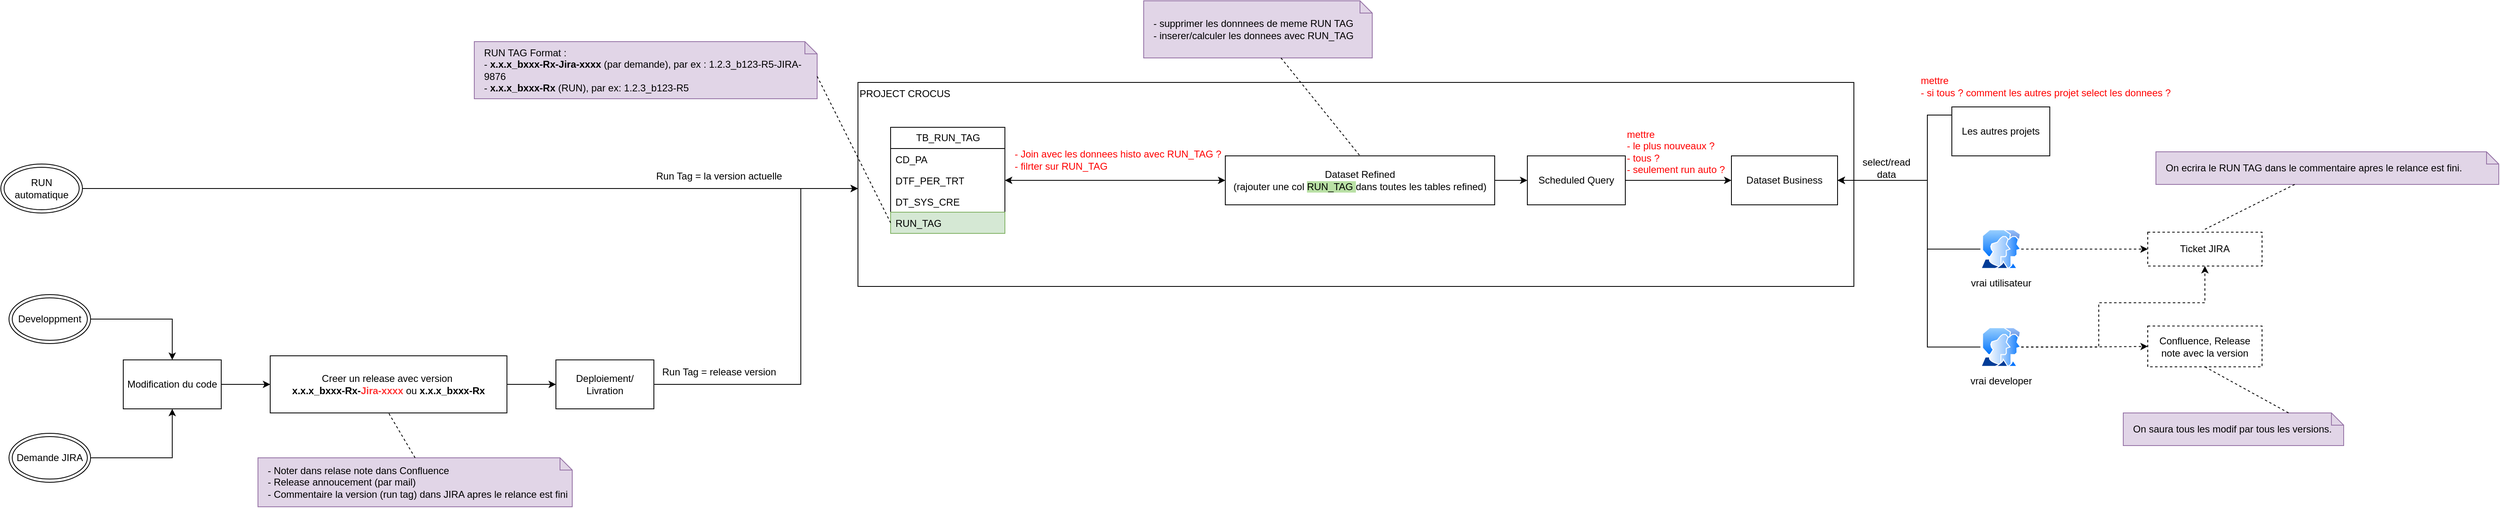
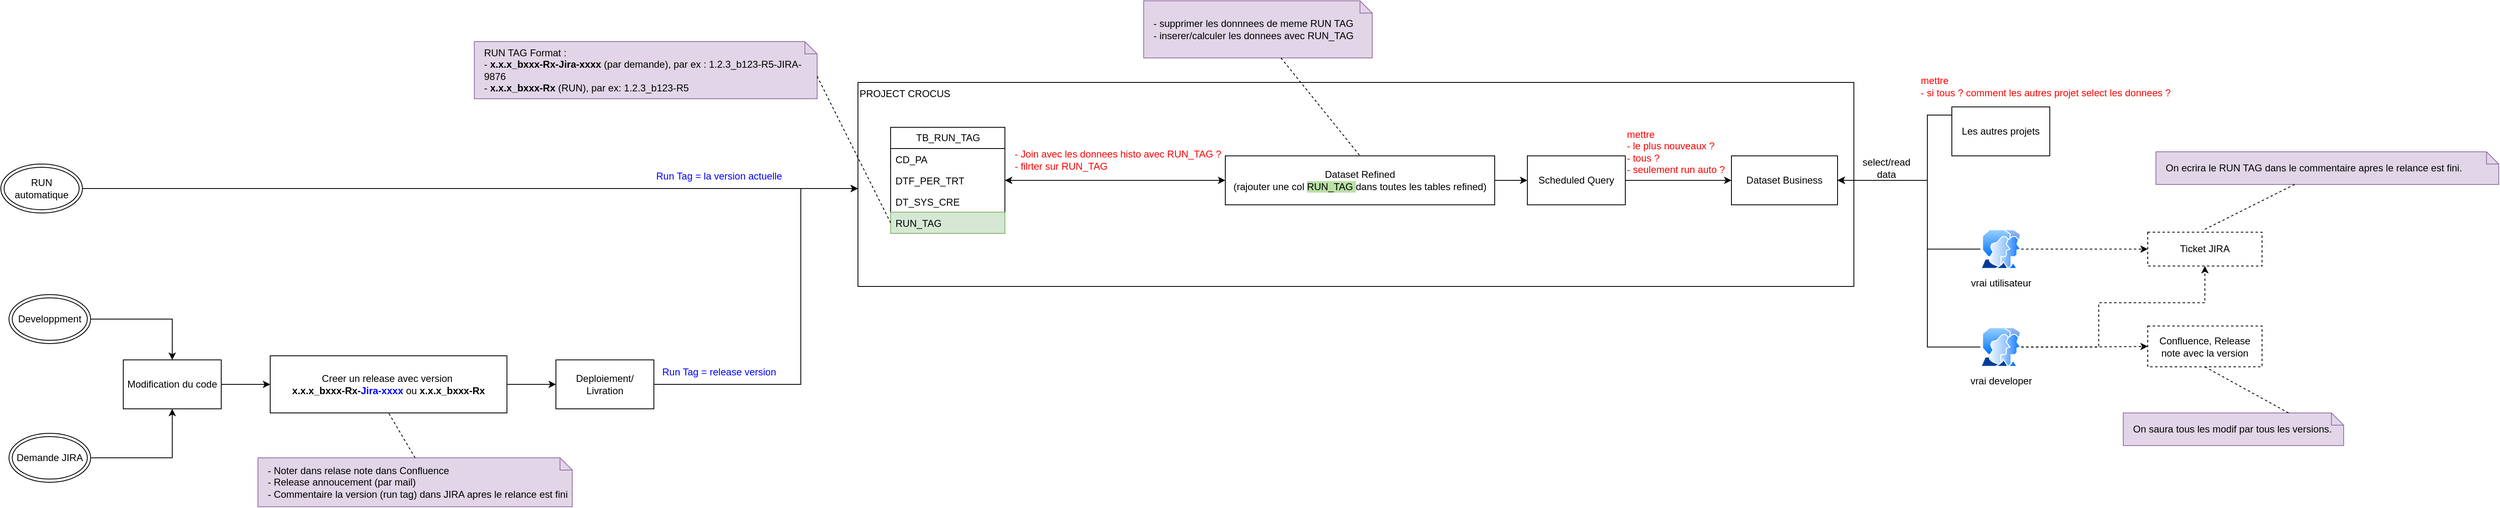
<mxfile host="app.diagrams.net">
  <diagram name="Page-1" id="bEAYSmEDHXBXhFzCy1HB">
    <mxGraphModel dx="2873" dy="1106" grid="1" gridSize="10" guides="1" tooltips="1" connect="1" arrows="1" fold="1" page="1" pageScale="1" pageWidth="827" pageHeight="1169" math="0" shadow="0">
      <root>
        <mxCell id="0" />
        <mxCell id="1" parent="0" />
        <mxCell id="QUzsFoNl6aFI_2ed8XXq-13" parent="1" style="rounded=0;whiteSpace=wrap;html=1;align=left;verticalAlign=top;" value="PROJECT CROCUS" vertex="1">
          <mxGeometry height="250" width="1220" x="380" y="140" as="geometry" />
        </mxCell>
        <mxCell id="QUzsFoNl6aFI_2ed8XXq-1" parent="1" style="swimlane;fontStyle=0;childLayout=stackLayout;horizontal=1;startSize=26;fillColor=none;horizontalStack=0;resizeParent=1;resizeParentMax=0;resizeLast=0;collapsible=1;marginBottom=0;html=1;" value="TB_RUN_TAG" vertex="1">
          <mxGeometry height="130" width="140" x="420" y="195" as="geometry" />
        </mxCell>
        <mxCell id="QUzsFoNl6aFI_2ed8XXq-2" parent="QUzsFoNl6aFI_2ed8XXq-1" style="text;strokeColor=none;fillColor=none;align=left;verticalAlign=top;spacingLeft=4;spacingRight=4;overflow=hidden;rotatable=0;points=[[0,0.5],[1,0.5]];portConstraint=eastwest;whiteSpace=wrap;html=1;" value="CD_PA" vertex="1">
          <mxGeometry height="26" width="140" y="26" as="geometry" />
        </mxCell>
        <mxCell id="QUzsFoNl6aFI_2ed8XXq-3" parent="QUzsFoNl6aFI_2ed8XXq-1" style="text;strokeColor=none;fillColor=none;align=left;verticalAlign=top;spacingLeft=4;spacingRight=4;overflow=hidden;rotatable=0;points=[[0,0.5],[1,0.5]];portConstraint=eastwest;whiteSpace=wrap;html=1;" value="DTF_PER_TRT" vertex="1">
          <mxGeometry height="26" width="140" y="52" as="geometry" />
        </mxCell>
        <mxCell id="QUzsFoNl6aFI_2ed8XXq-4" parent="QUzsFoNl6aFI_2ed8XXq-1" style="text;strokeColor=none;fillColor=none;align=left;verticalAlign=top;spacingLeft=4;spacingRight=4;overflow=hidden;rotatable=0;points=[[0,0.5],[1,0.5]];portConstraint=eastwest;whiteSpace=wrap;html=1;" value="DT_SYS_CRE" vertex="1">
          <mxGeometry height="26" width="140" y="78" as="geometry" />
        </mxCell>
        <mxCell id="QUzsFoNl6aFI_2ed8XXq-5" parent="QUzsFoNl6aFI_2ed8XXq-1" style="text;strokeColor=#82b366;fillColor=#d5e8d4;align=left;verticalAlign=top;spacingLeft=4;spacingRight=4;overflow=hidden;rotatable=0;points=[[0,0.5],[1,0.5]];portConstraint=eastwest;whiteSpace=wrap;html=1;" value="RUN_TAG" vertex="1">
          <mxGeometry height="26" width="140" y="104" as="geometry" />
        </mxCell>
        <mxCell id="QUzsFoNl6aFI_2ed8XXq-7" parent="1" style="shape=note;size=15;align=left;spacingLeft=10;html=1;whiteSpace=wrap;fillColor=#e1d5e7;strokeColor=#9673a6;" value="RUN TAG Format :&amp;nbsp;&lt;div&gt;- &lt;b&gt;x.x.x_bxxx-Rx-Jira-xxxx&lt;/b&gt; (par demande), par ex : 1.2.3_b123-R5-JIRA-9876&lt;/div&gt;&lt;div&gt;-&lt;b&gt; x.x.x_bxxx-Rx&lt;/b&gt; (RUN), par ex: 1.2.3_b123-R5&lt;/div&gt;" vertex="1">
          <mxGeometry height="70" width="420" x="-90" y="90" as="geometry" />
        </mxCell>
        <mxCell id="QUzsFoNl6aFI_2ed8XXq-8" edge="1" parent="1" source="QUzsFoNl6aFI_2ed8XXq-7" style="edgeStyle=none;endArrow=none;exitX=0;exitY=0;dashed=1;html=1;rounded=0;entryX=0;entryY=0.5;entryDx=0;entryDy=0;exitDx=420;exitDy=42.5;exitPerimeter=0;" target="QUzsFoNl6aFI_2ed8XXq-5" value="">
          <mxGeometry relative="1" x="1" as="geometry">
            <mxPoint x="590" y="660" as="targetPoint" />
          </mxGeometry>
        </mxCell>
        <mxCell id="QUzsFoNl6aFI_2ed8XXq-10" parent="1" style="rounded=0;whiteSpace=wrap;html=1;dashed=1;" value="Confluence, Release note avec la v&lt;span style=&quot;background-color: transparent; color: light-dark(rgb(0, 0, 0), rgb(255, 255, 255));&quot;&gt;ersion&lt;/span&gt;" vertex="1">
          <mxGeometry height="50" width="140" x="1960" y="438.5" as="geometry" />
        </mxCell>
        <mxCell id="QUzsFoNl6aFI_2ed8XXq-11" parent="1" style="rounded=0;whiteSpace=wrap;html=1;dashed=1;" value="Ticket JIRA" vertex="1">
          <mxGeometry height="41.5" width="140" x="1960" y="323.5" as="geometry" />
        </mxCell>
        <mxCell id="QUzsFoNl6aFI_2ed8XXq-42" edge="1" parent="1" source="QUzsFoNl6aFI_2ed8XXq-12" style="edgeStyle=orthogonalEdgeStyle;rounded=0;orthogonalLoop=1;jettySize=auto;html=1;entryX=1;entryY=0.5;entryDx=0;entryDy=0;startArrow=classic;startFill=1;" target="QUzsFoNl6aFI_2ed8XXq-3">
          <mxGeometry relative="1" as="geometry" />
        </mxCell>
        <mxCell id="QUzsFoNl6aFI_2ed8XXq-50" edge="1" parent="1" source="QUzsFoNl6aFI_2ed8XXq-12" style="edgeStyle=orthogonalEdgeStyle;rounded=0;orthogonalLoop=1;jettySize=auto;html=1;" target="QUzsFoNl6aFI_2ed8XXq-46">
          <mxGeometry relative="1" as="geometry">
            <Array as="points" />
          </mxGeometry>
        </mxCell>
        <mxCell id="QUzsFoNl6aFI_2ed8XXq-12" parent="1" style="rounded=0;whiteSpace=wrap;html=1;" value="Dataset Refined&lt;div&gt;(rajouter une col &lt;span style=&quot;background-color: rgb(185, 224, 165);&quot;&gt;RUN_TAG &lt;/span&gt;dans toutes les tables refined)&lt;/div&gt;" vertex="1">
          <mxGeometry height="60" width="330" x="830" y="230" as="geometry" />
        </mxCell>
        <mxCell id="QUzsFoNl6aFI_2ed8XXq-27" edge="1" parent="1" source="QUzsFoNl6aFI_2ed8XXq-33" style="edgeStyle=orthogonalEdgeStyle;rounded=0;orthogonalLoop=1;jettySize=auto;html=1;entryX=0.5;entryY=0;entryDx=0;entryDy=0;" target="QUzsFoNl6aFI_2ed8XXq-23">
          <mxGeometry relative="1" as="geometry">
            <mxPoint x="-760" y="325" as="sourcePoint" />
          </mxGeometry>
        </mxCell>
        <mxCell id="QUzsFoNl6aFI_2ed8XXq-29" edge="1" parent="1" source="QUzsFoNl6aFI_2ed8XXq-34" style="edgeStyle=orthogonalEdgeStyle;rounded=0;orthogonalLoop=1;jettySize=auto;html=1;entryX=0.5;entryY=1;entryDx=0;entryDy=0;" target="QUzsFoNl6aFI_2ed8XXq-23">
          <mxGeometry relative="1" as="geometry">
            <mxPoint x="-820" y="785" as="sourcePoint" />
          </mxGeometry>
        </mxCell>
-         <mxCell id="QUzsFoNl6aFI_2ed8XXq-19" parent="1" style="text;html=1;whiteSpace=wrap;strokeColor=none;fillColor=none;align=center;verticalAlign=middle;rounded=0;" value="Run Tag = la version actuelle" vertex="1">
+         <mxCell id="QUzsFoNl6aFI_2ed8XXq-19" parent="1" style="text;html=1;whiteSpace=wrap;strokeColor=none;fillColor=none;align=center;verticalAlign=middle;rounded=0;fontColor=#0000FF;" value="Run Tag = la version actuelle" vertex="1">
          <mxGeometry height="30" width="200" x="110" y="240" as="geometry" />
        </mxCell>
        <mxCell id="QUzsFoNl6aFI_2ed8XXq-28" edge="1" parent="1" source="QUzsFoNl6aFI_2ed8XXq-23" style="edgeStyle=orthogonalEdgeStyle;rounded=0;orthogonalLoop=1;jettySize=auto;html=1;" target="QUzsFoNl6aFI_2ed8XXq-25">
          <mxGeometry relative="1" as="geometry" />
        </mxCell>
        <mxCell id="QUzsFoNl6aFI_2ed8XXq-23" parent="1" style="rounded=0;whiteSpace=wrap;html=1;" value="Modification du code" vertex="1">
          <mxGeometry height="60" width="120" x="-520" y="480" as="geometry" />
        </mxCell>
        <mxCell id="QUzsFoNl6aFI_2ed8XXq-31" edge="1" parent="1" source="QUzsFoNl6aFI_2ed8XXq-24" style="edgeStyle=orthogonalEdgeStyle;rounded=0;orthogonalLoop=1;jettySize=auto;html=1;" target="QUzsFoNl6aFI_2ed8XXq-13">
          <mxGeometry relative="1" as="geometry">
            <Array as="points">
              <mxPoint x="310" y="510" />
              <mxPoint x="310" y="270" />
            </Array>
          </mxGeometry>
        </mxCell>
        <mxCell id="QUzsFoNl6aFI_2ed8XXq-24" parent="1" style="rounded=0;whiteSpace=wrap;html=1;" value="Deploiement/ Livration" vertex="1">
          <mxGeometry height="60" width="120" x="10" y="480" as="geometry" />
        </mxCell>
        <mxCell id="QUzsFoNl6aFI_2ed8XXq-30" edge="1" parent="1" source="QUzsFoNl6aFI_2ed8XXq-25" style="edgeStyle=orthogonalEdgeStyle;rounded=0;orthogonalLoop=1;jettySize=auto;html=1;entryX=0;entryY=0.5;entryDx=0;entryDy=0;" target="QUzsFoNl6aFI_2ed8XXq-24">
          <mxGeometry relative="1" as="geometry" />
        </mxCell>
-         <mxCell id="QUzsFoNl6aFI_2ed8XXq-25" parent="1" style="rounded=0;whiteSpace=wrap;html=1;" value="Creer un release avec version&amp;nbsp;&lt;div&gt;&lt;span style=&quot;text-align: left;&quot;&gt;&lt;b&gt;x.x.x_bxxx-Rx-&lt;font style=&quot;color: rgb(255, 53, 53);&quot;&gt;Jira-xxxx&lt;/font&gt;&lt;/b&gt; ou&amp;nbsp;&lt;/span&gt;&lt;span style=&quot;text-align: left;&quot;&gt;&lt;b&gt;x.x.x_bxxx-Rx&lt;/b&gt;&lt;/span&gt;&lt;/div&gt;" vertex="1">
+         <mxCell id="QUzsFoNl6aFI_2ed8XXq-25" parent="1" style="rounded=0;whiteSpace=wrap;html=1;" value="Creer un release avec version&amp;nbsp;&lt;div&gt;&lt;span style=&quot;text-align: left;&quot;&gt;&lt;b&gt;x.x.x_bxxx-Rx-&lt;font style=&quot;color: rgb(0, 0, 255);&quot;&gt;Jira-xxxx&lt;/font&gt;&lt;/b&gt; ou&amp;nbsp;&lt;/span&gt;&lt;span style=&quot;text-align: left;&quot;&gt;&lt;b&gt;x.x.x_bxxx-Rx&lt;/b&gt;&lt;/span&gt;&lt;/div&gt;" vertex="1">
          <mxGeometry height="70" width="290" x="-340" y="475" as="geometry" />
        </mxCell>
        <mxCell id="QUzsFoNl6aFI_2ed8XXq-33" parent="1" style="ellipse;shape=doubleEllipse;whiteSpace=wrap;html=1;" value="Developpment" vertex="1">
          <mxGeometry height="60" width="100" x="-660" y="400" as="geometry" />
        </mxCell>
        <mxCell id="QUzsFoNl6aFI_2ed8XXq-34" parent="1" style="ellipse;shape=doubleEllipse;whiteSpace=wrap;html=1;" value="Demande JIRA" vertex="1">
          <mxGeometry height="60" width="100" x="-660" y="570" as="geometry" />
        </mxCell>
        <mxCell id="QUzsFoNl6aFI_2ed8XXq-36" edge="1" parent="1" source="QUzsFoNl6aFI_2ed8XXq-35" style="edgeStyle=orthogonalEdgeStyle;rounded=0;orthogonalLoop=1;jettySize=auto;html=1;" target="QUzsFoNl6aFI_2ed8XXq-13">
          <mxGeometry relative="1" as="geometry">
            <Array as="points">
              <mxPoint x="40" y="270" />
              <mxPoint x="40" y="270" />
            </Array>
          </mxGeometry>
        </mxCell>
        <mxCell id="QUzsFoNl6aFI_2ed8XXq-35" parent="1" style="ellipse;shape=doubleEllipse;whiteSpace=wrap;html=1;" value="RUN automatique" vertex="1">
          <mxGeometry height="60" width="100" x="-670" y="240" as="geometry" />
        </mxCell>
-         <mxCell id="QUzsFoNl6aFI_2ed8XXq-37" parent="1" style="text;html=1;whiteSpace=wrap;strokeColor=none;fillColor=none;align=center;verticalAlign=middle;rounded=0;" value="Run Tag = release version" vertex="1">
+         <mxCell id="QUzsFoNl6aFI_2ed8XXq-37" parent="1" style="text;html=1;whiteSpace=wrap;strokeColor=none;fillColor=none;align=center;verticalAlign=middle;rounded=0;fontColor=#0000FF;" value="Run Tag = release version" vertex="1">
          <mxGeometry height="30" width="200" x="110" y="480" as="geometry" />
        </mxCell>
        <mxCell id="QUzsFoNl6aFI_2ed8XXq-38" parent="1" style="shape=note;size=15;align=left;spacingLeft=10;html=1;whiteSpace=wrap;fillColor=#e1d5e7;strokeColor=#9673a6;" value="- Noter dans relase note dans Confluence&lt;div&gt;- Release annoucement (par mail)&lt;/div&gt;&lt;div&gt;- Commentaire la version (run tag) dans JIRA apres le relance est fini&lt;/div&gt;" vertex="1">
          <mxGeometry height="60" width="385" x="-355" y="600" as="geometry" />
        </mxCell>
        <mxCell id="QUzsFoNl6aFI_2ed8XXq-39" edge="1" parent="1" source="QUzsFoNl6aFI_2ed8XXq-38" style="edgeStyle=none;endArrow=none;exitX=0.5;exitY=0;dashed=1;html=1;rounded=0;entryX=0.5;entryY=1;entryDx=0;entryDy=0;exitDx=0;exitDy=0;exitPerimeter=0;" target="QUzsFoNl6aFI_2ed8XXq-25" value="">
          <mxGeometry relative="1" x="1" as="geometry">
            <mxPoint x="710" y="660" as="sourcePoint" />
            <mxPoint x="762" y="510" as="targetPoint" />
          </mxGeometry>
        </mxCell>
        <mxCell id="QUzsFoNl6aFI_2ed8XXq-40" parent="1" style="shape=note;size=15;align=left;spacingLeft=10;html=1;whiteSpace=wrap;fillColor=#e1d5e7;strokeColor=#9673a6;" value="- supprimer les donnnees de meme RUN TAG&lt;div&gt;- inserer/calculer les donnees avec RUN_TAG&lt;/div&gt;" vertex="1">
          <mxGeometry height="70" width="280" x="730" y="40" as="geometry" />
        </mxCell>
        <mxCell id="QUzsFoNl6aFI_2ed8XXq-41" edge="1" parent="1" source="QUzsFoNl6aFI_2ed8XXq-40" style="edgeStyle=none;endArrow=none;dashed=1;html=1;rounded=0;entryX=0.5;entryY=0;entryDx=0;entryDy=0;" target="QUzsFoNl6aFI_2ed8XXq-12" value="">
          <mxGeometry relative="1" x="1" as="geometry">
            <mxPoint x="720" y="650" as="sourcePoint" />
            <mxPoint x="772" y="500" as="targetPoint" />
          </mxGeometry>
        </mxCell>
        <mxCell id="QUzsFoNl6aFI_2ed8XXq-43" parent="1" style="text;html=1;whiteSpace=wrap;strokeColor=none;fillColor=none;align=left;verticalAlign=middle;rounded=0;" value="&lt;font style=&quot;color: rgb(255, 0, 0);&quot;&gt;- Join avec les donnees histo avec RUN_TAG ?&lt;/font&gt;&lt;div&gt;&lt;font style=&quot;color: rgb(255, 0, 0);&quot;&gt;- filrter sur RUN_TAG&lt;/font&gt;&lt;/div&gt;" vertex="1">
          <mxGeometry height="30" width="270" x="570" y="220" as="geometry" />
        </mxCell>
        <mxCell id="QUzsFoNl6aFI_2ed8XXq-45" parent="1" style="rounded=0;whiteSpace=wrap;html=1;" value="Dataset Business" vertex="1">
          <mxGeometry height="60" width="130" x="1450" y="230" as="geometry" />
        </mxCell>
        <mxCell id="QUzsFoNl6aFI_2ed8XXq-48" edge="1" parent="1" source="QUzsFoNl6aFI_2ed8XXq-46" style="edgeStyle=orthogonalEdgeStyle;rounded=0;orthogonalLoop=1;jettySize=auto;html=1;" target="QUzsFoNl6aFI_2ed8XXq-45">
          <mxGeometry relative="1" as="geometry" />
        </mxCell>
        <mxCell id="QUzsFoNl6aFI_2ed8XXq-46" parent="1" style="rounded=0;whiteSpace=wrap;html=1;" value="Scheduled Query" vertex="1">
          <mxGeometry height="60" width="120" x="1200" y="230" as="geometry" />
        </mxCell>
        <mxCell id="QUzsFoNl6aFI_2ed8XXq-51" parent="1" style="text;html=1;whiteSpace=wrap;strokeColor=none;fillColor=none;align=left;verticalAlign=middle;rounded=0;fontColor=#FF0000;" value="mettre&amp;nbsp;&lt;div&gt;- le plus nouveaux ?&lt;/div&gt;&lt;div&gt;- tous ?&lt;/div&gt;&lt;div&gt;- seulement run auto ?&lt;/div&gt;" vertex="1">
          <mxGeometry height="30" width="370" x="1320" y="210" as="geometry" />
        </mxCell>
        <mxCell id="QUzsFoNl6aFI_2ed8XXq-59" edge="1" parent="1" source="QUzsFoNl6aFI_2ed8XXq-52" style="edgeStyle=orthogonalEdgeStyle;rounded=0;orthogonalLoop=1;jettySize=auto;html=1;entryX=1;entryY=0.5;entryDx=0;entryDy=0;" target="QUzsFoNl6aFI_2ed8XXq-45">
          <mxGeometry relative="1" as="geometry">
            <Array as="points">
              <mxPoint x="1690" y="180" />
              <mxPoint x="1690" y="260" />
            </Array>
          </mxGeometry>
        </mxCell>
        <mxCell id="QUzsFoNl6aFI_2ed8XXq-52" parent="1" style="rounded=0;whiteSpace=wrap;html=1;" value="Les autres projets" vertex="1">
          <mxGeometry height="60" width="120" x="1720" y="170" as="geometry" />
        </mxCell>
        <mxCell id="QUzsFoNl6aFI_2ed8XXq-58" edge="1" parent="1" source="QUzsFoNl6aFI_2ed8XXq-57" style="edgeStyle=orthogonalEdgeStyle;rounded=0;orthogonalLoop=1;jettySize=auto;html=1;entryX=1;entryY=0.5;entryDx=0;entryDy=0;" target="QUzsFoNl6aFI_2ed8XXq-45">
          <mxGeometry relative="1" as="geometry">
            <Array as="points">
              <mxPoint x="1690" y="344" />
              <mxPoint x="1690" y="260" />
            </Array>
          </mxGeometry>
        </mxCell>
        <mxCell id="QUzsFoNl6aFI_2ed8XXq-65" edge="1" parent="1" source="QUzsFoNl6aFI_2ed8XXq-57" style="edgeStyle=orthogonalEdgeStyle;rounded=0;orthogonalLoop=1;jettySize=auto;html=1;dashed=1;" target="QUzsFoNl6aFI_2ed8XXq-11">
          <mxGeometry relative="1" as="geometry" />
        </mxCell>
        <mxCell id="QUzsFoNl6aFI_2ed8XXq-57" parent="1" style="image;aspect=fixed;perimeter=ellipsePerimeter;html=1;align=center;shadow=0;dashed=0;spacingTop=3;image=img/lib/active_directory/user_accounts.svg;" value="vrai utilisateur" vertex="1">
          <mxGeometry height="48.5" width="50" x="1755" y="320" as="geometry" />
        </mxCell>
        <mxCell id="QUzsFoNl6aFI_2ed8XXq-60" parent="1" style="text;html=1;whiteSpace=wrap;strokeColor=none;fillColor=none;align=center;verticalAlign=middle;rounded=0;" value="select/read data" vertex="1">
          <mxGeometry height="30" width="60" x="1610" y="230" as="geometry" />
        </mxCell>
        <mxCell id="QUzsFoNl6aFI_2ed8XXq-63" edge="1" parent="1" source="QUzsFoNl6aFI_2ed8XXq-62" style="edgeStyle=orthogonalEdgeStyle;rounded=0;orthogonalLoop=1;jettySize=auto;html=1;entryX=1;entryY=0.5;entryDx=0;entryDy=0;" target="QUzsFoNl6aFI_2ed8XXq-45">
          <mxGeometry relative="1" as="geometry">
            <Array as="points">
              <mxPoint x="1690" y="464" />
              <mxPoint x="1690" y="260" />
            </Array>
          </mxGeometry>
        </mxCell>
        <mxCell id="QUzsFoNl6aFI_2ed8XXq-66" edge="1" parent="1" source="QUzsFoNl6aFI_2ed8XXq-62" style="edgeStyle=orthogonalEdgeStyle;rounded=0;orthogonalLoop=1;jettySize=auto;html=1;dashed=1;" target="QUzsFoNl6aFI_2ed8XXq-10">
          <mxGeometry relative="1" as="geometry" />
        </mxCell>
        <mxCell id="QUzsFoNl6aFI_2ed8XXq-68" edge="1" parent="1" source="QUzsFoNl6aFI_2ed8XXq-62" style="edgeStyle=orthogonalEdgeStyle;rounded=0;orthogonalLoop=1;jettySize=auto;html=1;entryX=0.5;entryY=1;entryDx=0;entryDy=0;dashed=1;" target="QUzsFoNl6aFI_2ed8XXq-11">
          <mxGeometry relative="1" as="geometry">
            <Array as="points">
              <mxPoint x="1900" y="464" />
              <mxPoint x="1900" y="410" />
              <mxPoint x="2030" y="410" />
            </Array>
          </mxGeometry>
        </mxCell>
        <mxCell id="QUzsFoNl6aFI_2ed8XXq-62" parent="1" style="image;aspect=fixed;perimeter=ellipsePerimeter;html=1;align=center;shadow=0;dashed=0;spacingTop=3;image=img/lib/active_directory/user_accounts.svg;" value="vrai developer" vertex="1">
          <mxGeometry height="48.5" width="50" x="1755" y="440" as="geometry" />
        </mxCell>
        <mxCell id="QUzsFoNl6aFI_2ed8XXq-69" parent="1" style="shape=note;size=15;align=left;spacingLeft=10;html=1;whiteSpace=wrap;fillColor=#e1d5e7;strokeColor=#9673a6;" value="On ecrira le RUN TAG dans le commentaire apres le relance est fini." vertex="1">
          <mxGeometry height="40" width="420" x="1970" y="225" as="geometry" />
        </mxCell>
        <mxCell id="QUzsFoNl6aFI_2ed8XXq-70" edge="1" parent="1" source="QUzsFoNl6aFI_2ed8XXq-69" style="edgeStyle=none;endArrow=none;dashed=1;html=1;rounded=0;" value="">
          <mxGeometry relative="1" x="1" as="geometry">
            <mxPoint x="970" y="210" as="sourcePoint" />
            <mxPoint x="2030" y="320" as="targetPoint" />
          </mxGeometry>
        </mxCell>
        <mxCell id="QUzsFoNl6aFI_2ed8XXq-71" parent="1" style="shape=note;size=15;align=left;spacingLeft=10;html=1;whiteSpace=wrap;fillColor=#e1d5e7;strokeColor=#9673a6;" value="On saura tous les modif par tous les versions." vertex="1">
          <mxGeometry height="40" width="270" x="1930" y="545" as="geometry" />
        </mxCell>
        <mxCell id="QUzsFoNl6aFI_2ed8XXq-72" edge="1" parent="1" source="QUzsFoNl6aFI_2ed8XXq-71" style="edgeStyle=none;endArrow=none;dashed=1;html=1;rounded=0;entryX=0.5;entryY=1;entryDx=0;entryDy=0;exitX=0;exitY=0;exitDx=202.5;exitDy=0;exitPerimeter=0;" target="QUzsFoNl6aFI_2ed8XXq-10" value="">
          <mxGeometry relative="1" x="1" as="geometry">
            <mxPoint x="2180" y="470" as="sourcePoint" />
            <mxPoint x="2070" y="525" as="targetPoint" />
          </mxGeometry>
        </mxCell>
        <mxCell id="QUzsFoNl6aFI_2ed8XXq-73" parent="1" style="text;html=1;whiteSpace=wrap;strokeColor=none;fillColor=none;align=left;verticalAlign=middle;rounded=0;fontColor=#FF0000;" value="mettre&amp;nbsp;&lt;div&gt;&lt;span style=&quot;background-color: transparent; color: light-dark(rgb(255, 0, 0), rgb(255, 144, 144));&quot;&gt;- si tous ? comment les autres projet select les donnees ?&lt;/span&gt;&lt;/div&gt;" vertex="1">
          <mxGeometry height="30" width="370" x="1680" y="130" as="geometry" />
        </mxCell>
      </root>
    </mxGraphModel>
  </diagram>
</mxfile>
